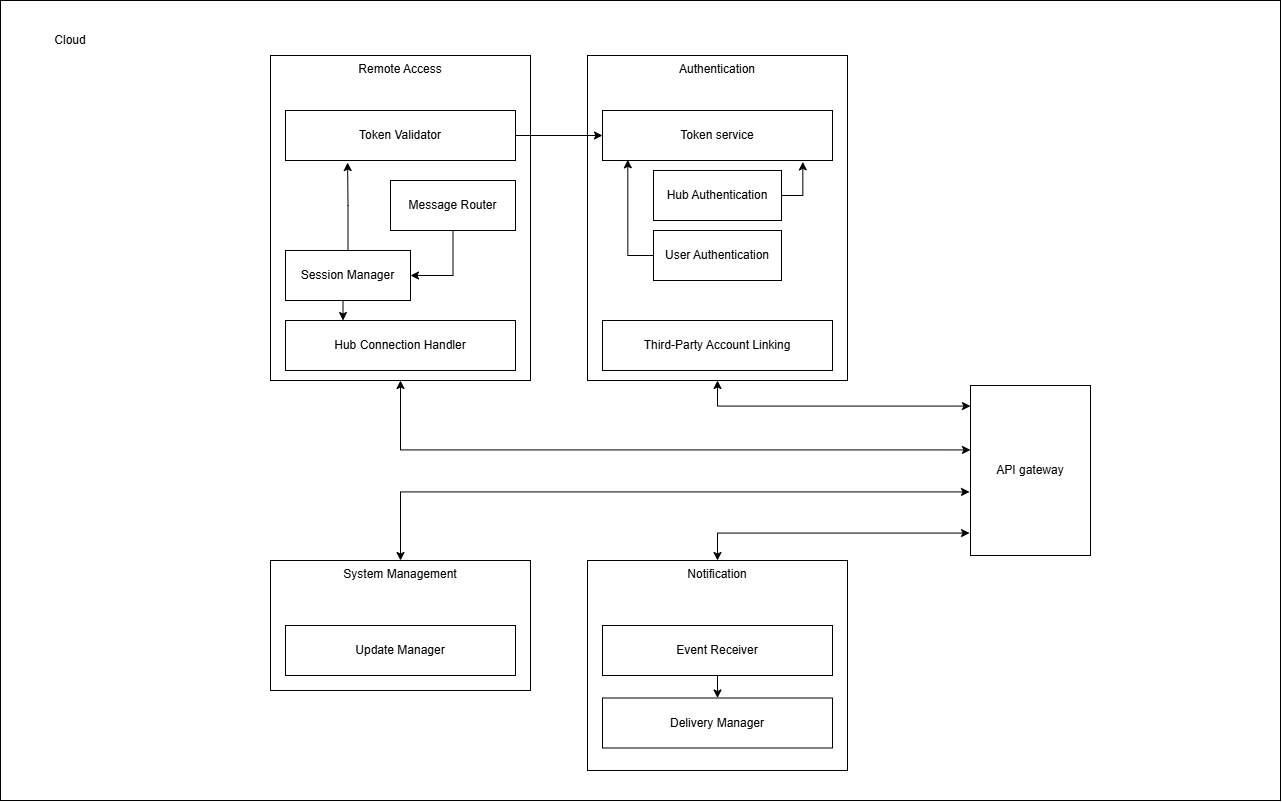
Earlier version of the draw.io export report/images/cloud_component.png (Shreya-Sebastian/Software_Architecture_PoC). Source tidied: cells renumbered, new cells last; positions are measured from the earlier drawing's top-left corner, leaving out a move shared by most shapes.
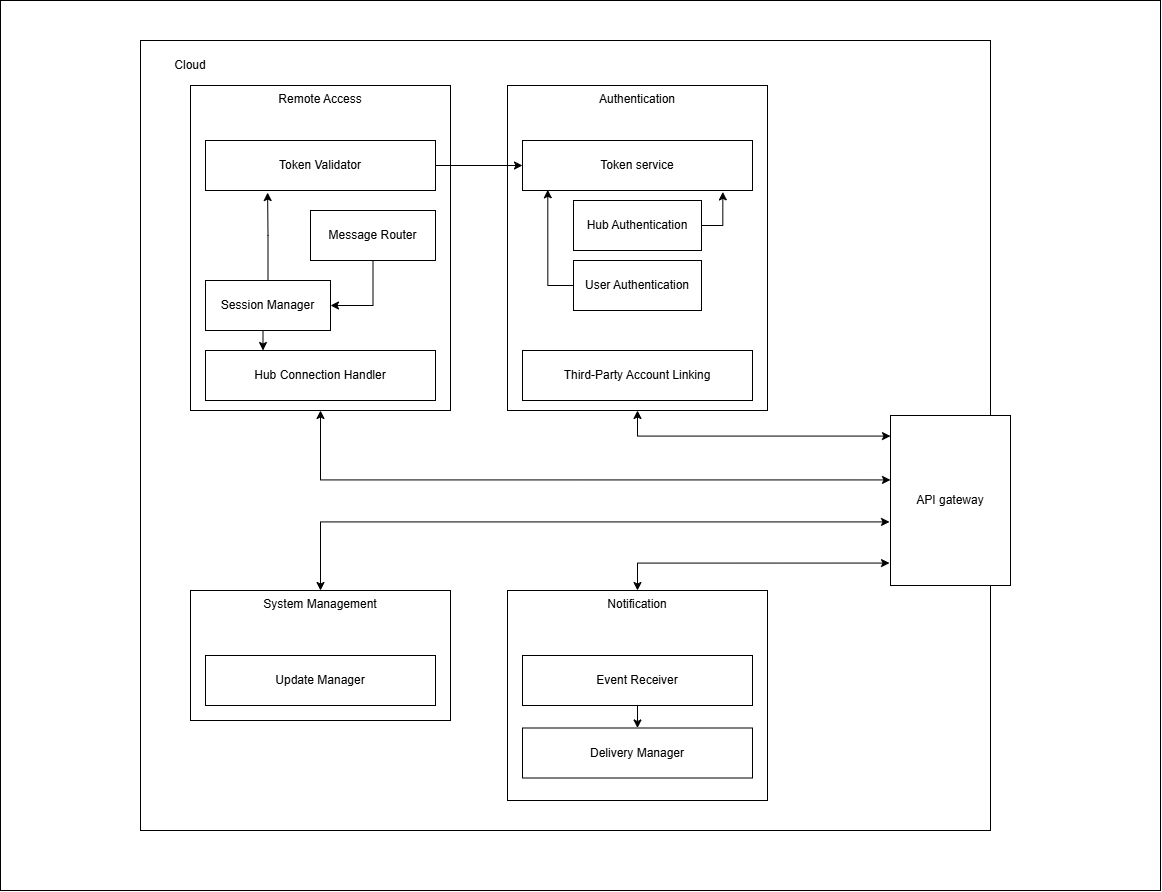
After the change.

Commit message:
update cloud component diagram

Change to the diagram source:
```diff
@@ -2,11 +2,14 @@
   <root>
     <mxCell id="0" />
     <mxCell id="1" parent="0" />
+    <mxCell id="31" value="&lt;p&gt;&lt;br&gt;&lt;/p&gt;" style="rounded=0;whiteSpace=wrap;html=1;align=left;" parent="1" vertex="1">
+      <mxGeometry x="80" y="-30" width="1160" height="890" as="geometry" />
+    </mxCell>
     <mxCell id="2" value="&lt;p&gt;&lt;br&gt;&lt;/p&gt;" style="rounded=0;whiteSpace=wrap;html=1;align=left;" parent="1" vertex="1">
-      <mxGeometry width="1280" height="800" as="geometry" />
+      <mxGeometry x="220" y="10" width="850" height="790" as="geometry" />
     </mxCell>
     <mxCell id="3" value="Cloud" style="rounded=0;whiteSpace=wrap;html=1;strokeColor=none;" parent="1" vertex="1">
-      <mxGeometry x="30" y="25" width="80" height="30" as="geometry" />
+      <mxGeometry x="230" y="20" width="80" height="30" as="geometry" />
     </mxCell>
     <mxCell id="4" value="API gateway" style="rounded=0;whiteSpace=wrap;html=1;" parent="1" vertex="1">
       <mxGeometry x="970" y="385" width="120" height="170" as="geometry" />
```
